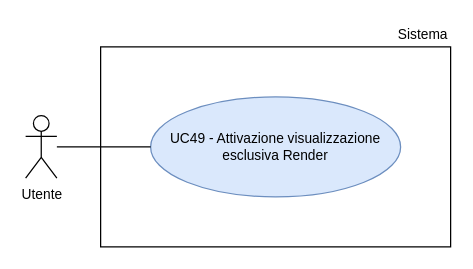
The draw.io diagram RTB/doc_esterna/analisi-dei-requisiti/assets/draw.io/UC49.drawio in thebitless-group-swe/thebitless.github.io, before the edit. Source tidied: cells renumbered, new cells numbered last; positions are measured from the earlier drawing's top-left corner, leaving out a move shared by most shapes. Both pictures are drawn from the tidied source at 125%, with x=0, y=0 at pixel (25, 21).
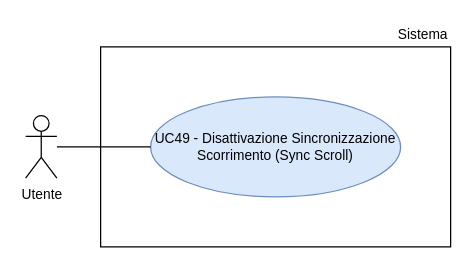
The same diagram, later.

Diff of the diagram source:
```diff
@@
 <mxGraphModel>
   <root>
     <mxCell id="0" />
     <mxCell id="1" parent="0" />
     <mxCell id="2" value="Utente" style="shape=umlActor;verticalLabelPosition=bottom;verticalAlign=top;html=1;outlineConnect=0;fontSize=11;" parent="1" vertex="1">
       <mxGeometry y="75" width="25" height="50" as="geometry" />
     </mxCell>
     <mxCell id="3" style="rounded=0;whiteSpace=wrap;html=1;strokeWidth=1;" parent="1" vertex="1">
       <mxGeometry x="60" y="20" width="280" height="160" as="geometry" />
     </mxCell>
     <mxCell id="4" value="Sistema" style="text;html=1;whiteSpace=wrap;strokeColor=none;fillColor=none;align=right;verticalAlign=middle;fontSize=11;" parent="1" vertex="1">
       <mxGeometry x="270" width="70" height="20" as="geometry" />
     </mxCell>
-    <mxCell id="5" value="UC49 - Attivazione visualizzazione esclusiva Render" style="ellipse;whiteSpace=wrap;html=1;fillColor=#dae8fc;strokeColor=#6c8ebf;fontSize=11;" parent="1" vertex="1">
+    <mxCell id="5" value="UC49 - Disattivazione Sincronizzazione Scorrimento (Sync Scroll)" style="ellipse;whiteSpace=wrap;html=1;fillColor=#dae8fc;strokeColor=#6c8ebf;fontSize=11;" parent="1" vertex="1">
       <mxGeometry x="100" y="60" width="200" height="80" as="geometry" />
     </mxCell>
     <mxCell id="6" style="edgeStyle=none;rounded=0;jettySize=auto;html=1;endArrow=none;endFill=0;" parent="1" edge="1" source="2" target="5">
       <mxGeometry relative="1" as="geometry" />
     </mxCell>
   </root>
 </mxGraphModel>
```
